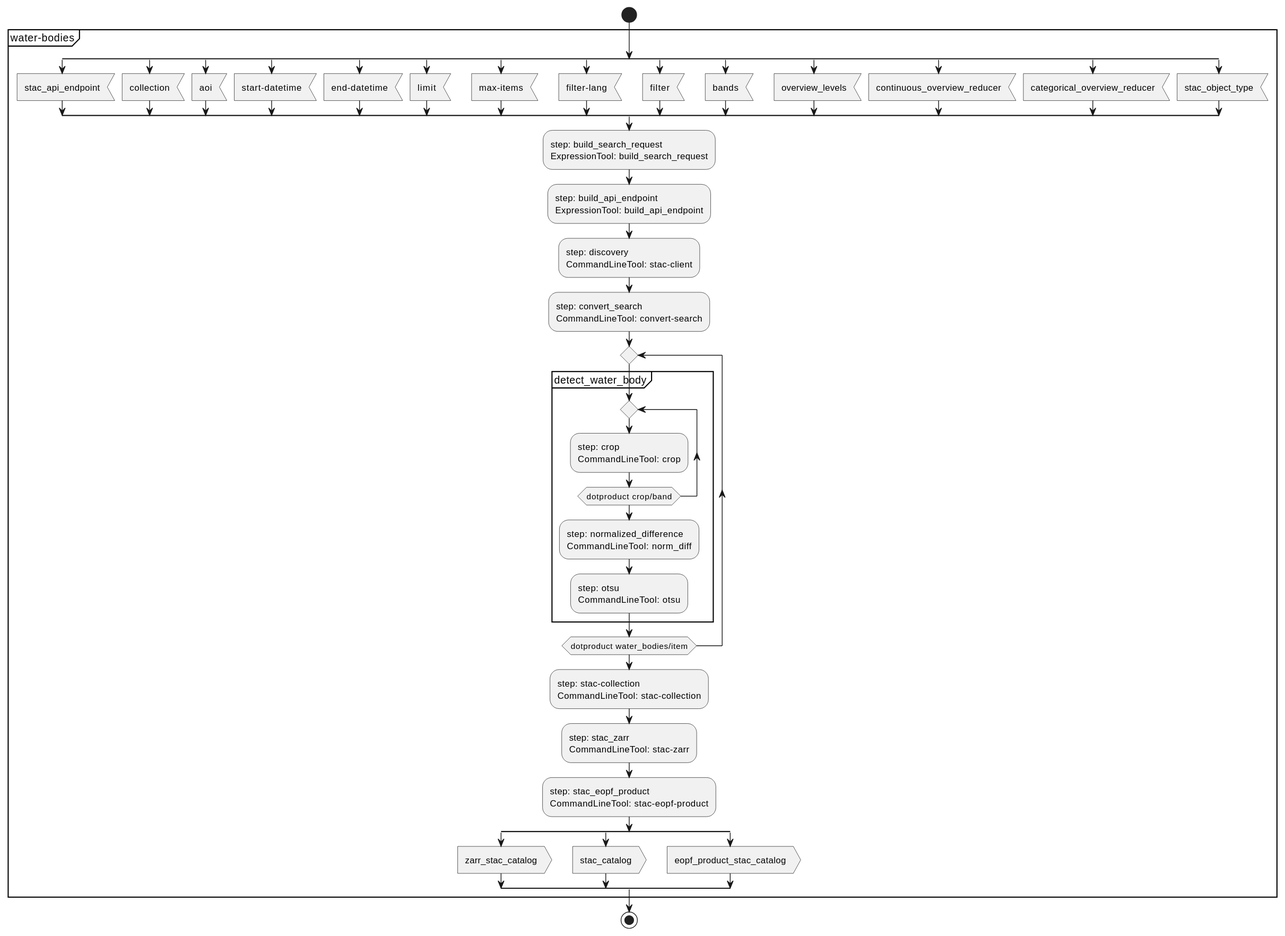
The PlantUML diagram docs/design/water-bodies/activity.svg in eoap/zarr-cloud-native-format, before a commit.
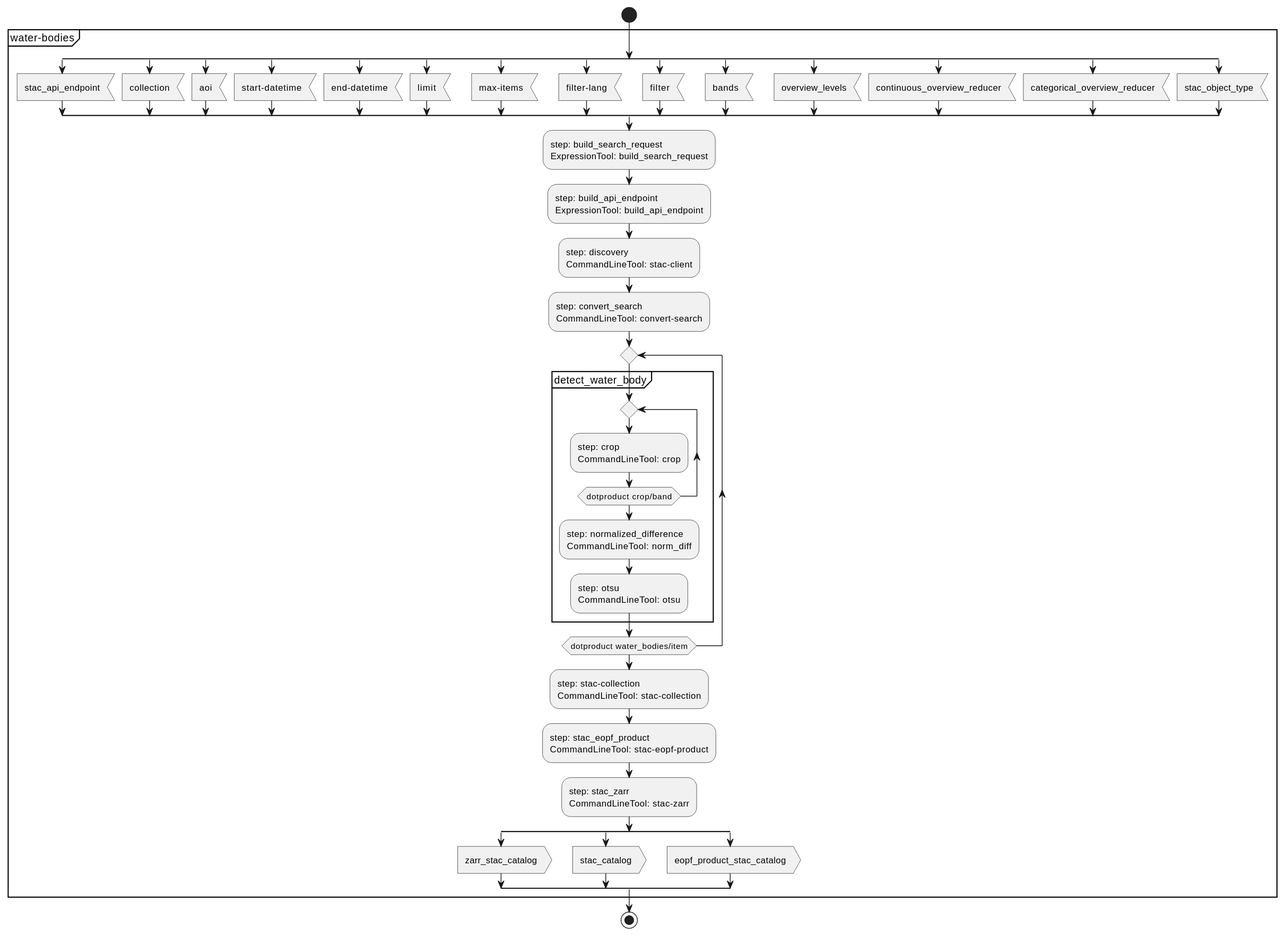
After the change.

Diff of the diagram source:
```diff
@@ -149,8 +149,8 @@
 
 
 
-:step: stac_zarr
-CommandLineTool: stac-zarr;
+:step: stac_eopf_product
+CommandLineTool: stac-eopf-product;
 
 
 
@@ -159,8 +159,8 @@
 
 
 
-:step: stac_eopf_product
-CommandLineTool: stac-eopf-product;
+:step: stac_zarr
+CommandLineTool: stac-zarr;
 
 
 
```
